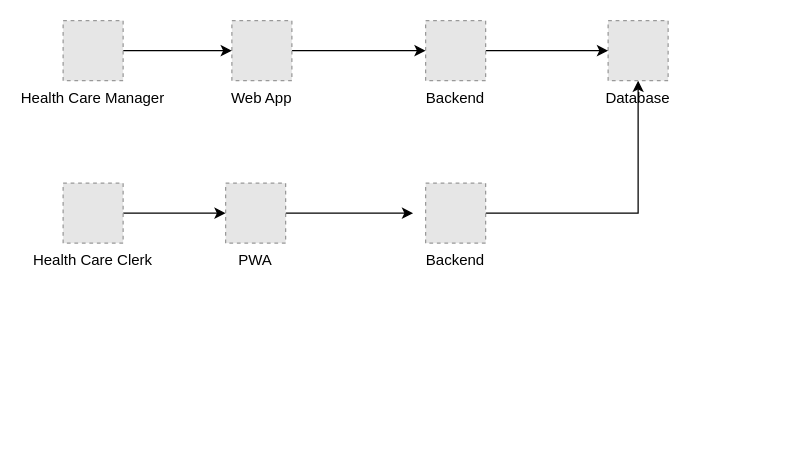
Before: reminder-overview.drawio in tntwist/aidremind, a draw.io diagram. Source tidied: cells renumbered, new cells numbered last; positions are measured from the earlier drawing's top-left corner, leaving out a move shared by most shapes. Both pictures are drawn from the tidied source at 125%, with x=0, y=0 at pixel (62, 20). Pictures stored in the file or linked from it are replaced by grey dashed boxes.
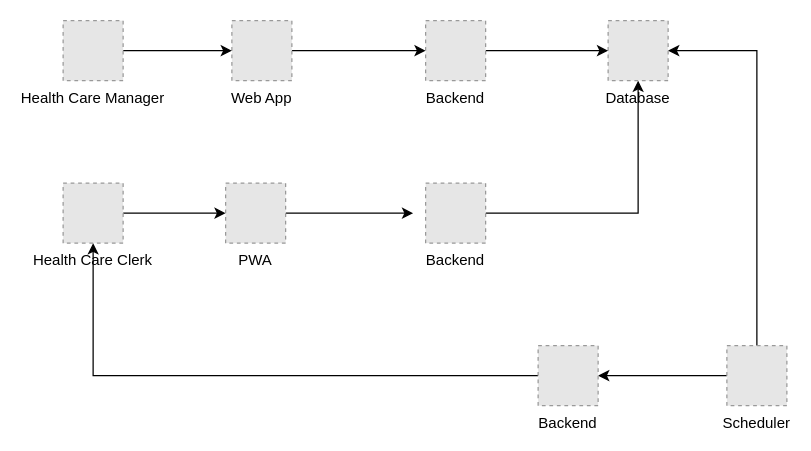
The same diagram, later.

The change refers to these unchanged cells:
```xml
<mxCell id="6" value="Database" style="fillColor=#E6E6E6;strokeColor=#999999;dashed=1;verticalLabelPosition=bottom;verticalAlign=top;" parent="1" vertex="1">
  <mxGeometry x="436" width="48" height="48" as="geometry" />
</mxCell>
<mxCell id="10" value="Health Care Clerk" style="fillColor=#E6E6E6;strokeColor=#999999;dashed=1;verticalLabelPosition=bottom;verticalAlign=top;" parent="1" vertex="1">
  <mxGeometry y="130" width="48" height="48" as="geometry" />
</mxCell>
```

What changed in the source:
```diff
@@
+    <mxCell id="15" style="edgeStyle=orthogonalEdgeStyle;rounded=0;jettySize=auto;html=1;entryX=1;entryY=0.5;entryDx=0;entryDy=0;exitX=0.5;exitY=0;exitDx=0;exitDy=0;" parent="1" edge="1" source="17" target="6">
+      <mxGeometry relative="1" as="geometry" />
+    </mxCell>
+    <mxCell id="16" style="edgeStyle=orthogonalEdgeStyle;rounded=0;jettySize=auto;html=1;exitX=0;exitY=0.5;exitDx=0;exitDy=0;entryX=1;entryY=0.5;entryDx=0;entryDy=0;" parent="1" edge="1" source="17" target="19">
+      <mxGeometry relative="1" as="geometry" />
+    </mxCell>
+    <mxCell id="17" value="Scheduler" style="fillColor=#E6E6E6;strokeColor=#999999;dashed=1;verticalLabelPosition=bottom;verticalAlign=top;" parent="1" vertex="1">
+      <mxGeometry x="531" y="260" width="48" height="48" as="geometry" />
+    </mxCell>
+    <mxCell id="18" style="edgeStyle=orthogonalEdgeStyle;rounded=0;jettySize=auto;html=1;exitX=0;exitY=0.5;exitDx=0;exitDy=0;entryX=0.5;entryY=1;entryDx=0;entryDy=0;" parent="1" edge="1" source="19" target="10">
+      <mxGeometry relative="1" as="geometry" />
+    </mxCell>
+    <mxCell id="19" value="Backend" style="fillColor=#E6E6E6;strokeColor=#999999;dashed=1;verticalLabelPosition=bottom;verticalAlign=top;" parent="1" vertex="1">
+      <mxGeometry x="380" y="260" width="48" height="48" as="geometry" />
+    </mxCell>
```
